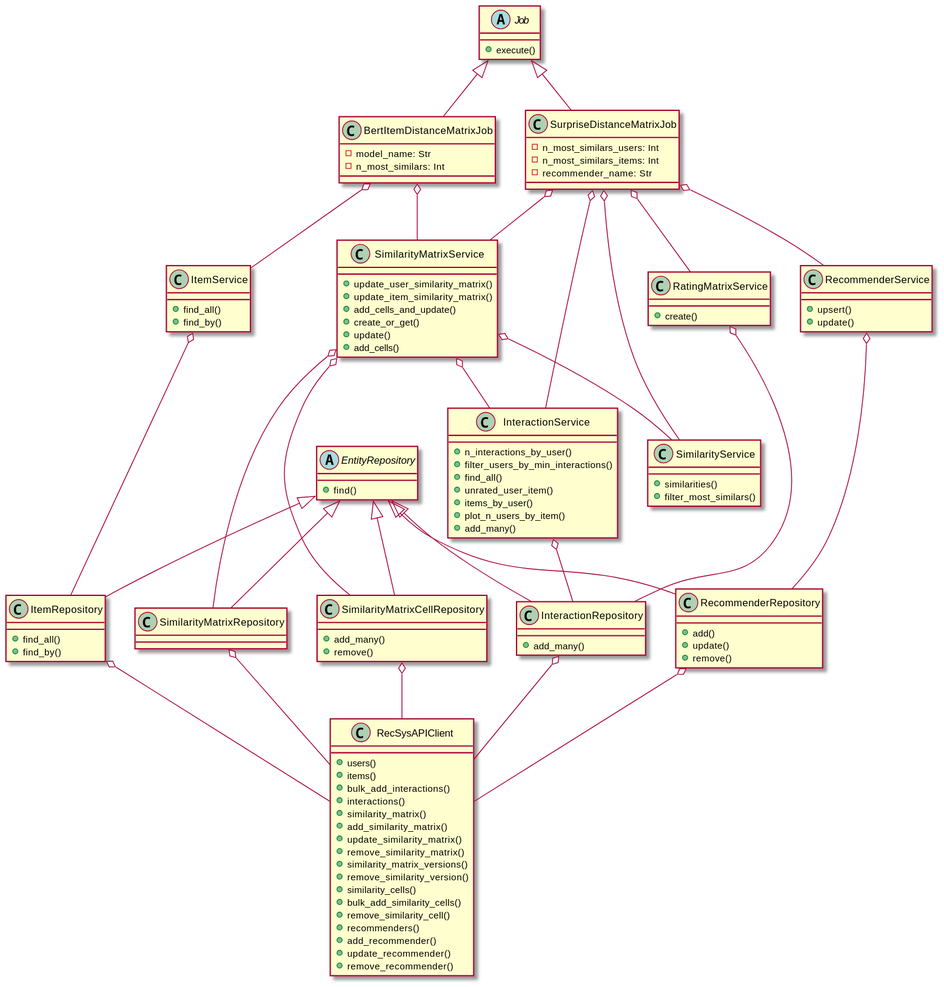
magistery-tps/rec-sys-client-lib keeps this PlantUML diagram as diagrams/client-side-behaviour-models.svg. Above is the earlier version.
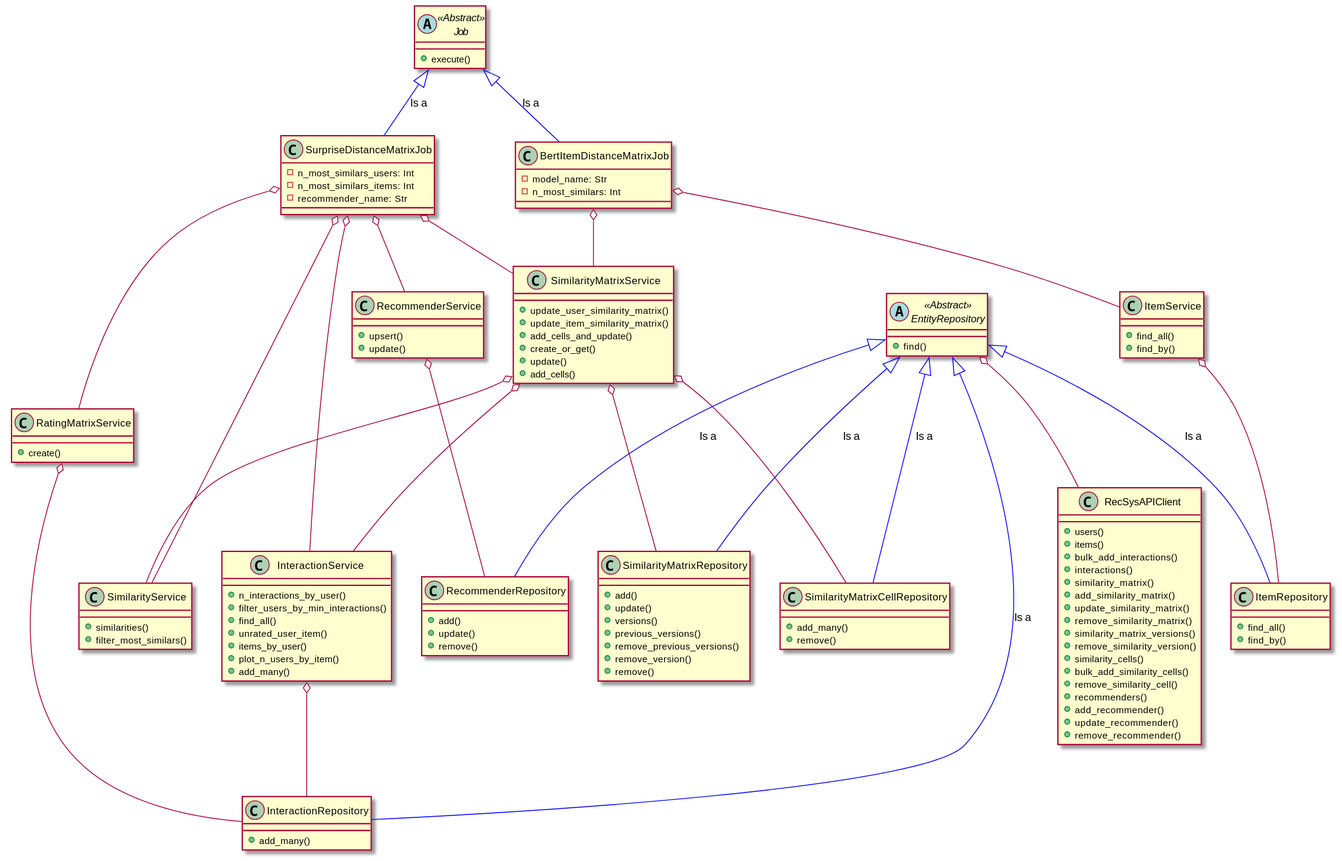
After the change.

Commit message:
feat: jobs client side class diagram

Change to the diagram source:
```diff
@@ -2,20 +2,22 @@
 
 
 
-abstract class Job {
+abstract class Job << Abstract >> {
     + execute()
 }
 
-class SurpriseDistanceMatrixJob extends Job {
+class SurpriseDistanceMatrixJob {
     - n_most_similars_users: Int
     - n_most_similars_items: Int
     - recommender_name: Str
 }
+Job ^-[#blue]- SurpriseDistanceMatrixJob: Is a
 
-class BertItemDistanceMatrixJob extends Job {
+class BertItemDistanceMatrixJob {
     - model_name: Str
     - n_most_similars: Int
 }
+Job ^-[#blue]- BertItemDistanceMatrixJob: Is a
 
 BertItemDistanceMatrixJob o-- ItemService
 BertItemDistanceMatrixJob o-- SimilarityMatrixService
@@ -27,14 +29,19 @@
 SurpriseDistanceMatrixJob o-- RecommenderService
 
 
+
 class ItemService {
     + find_all()
     + find_by()
 }
+ItemService o-- ItemRepository
+
 
 class RatingMatrixService {
     + create()
 }
+RatingMatrixService o-- InteractionRepository
+
 
 class SimilarityService {
     + similarities()
@@ -49,11 +56,20 @@
     + update()
     + add_cells()
 }
+SimilarityMatrixService o-- SimilarityMatrixRepository
+SimilarityMatrixService o-- SimilarityMatrixCellRepository
+SimilarityMatrixService o-- InteractionService
+SimilarityMatrixService o-- SimilarityService
+
+
 
 class RecommenderService {
     + upsert()
     + update()
 }
+RecommenderService o-- RecommenderRepository
+
+
 class InteractionService {
     + n_interactions_by_user()
     + filter_users_by_min_interactions()
@@ -63,45 +79,52 @@
     + plot_n_users_by_item()
     + add_many()
 }
+InteractionService o-- InteractionRepository
 
 
 
 
-abstract class EntityRepository {
+abstract class EntityRepository << Abstract >> {
     + find()
 }
 
-class ItemRepository extends EntityRepository {
+class ItemRepository {
     + find_all()
     + find_by()
 }
-ItemRepository o-- RecSysAPIClient
+EntityRepository ^-[#blue]- ItemRepository: Is a
+EntityRepository o-- RecSysAPIClient
 
-
-class InteractionRepository extends EntityRepository {
+class InteractionRepository {
     + add_many()
 }
-InteractionRepository o-- RecSysAPIClient
+EntityRepository ^-[#blue]- InteractionRepository: Is a
 
-class RecommenderRepository extends EntityRepository {
+class RecommenderRepository {
     + add()
     + update()
     + remove()
 }
-RecommenderRepository o-- RecSysAPIClient
+EntityRepository ^-[#blue]- RecommenderRepository: Is a
 
 
-class SimilarityMatrixCellRepository extends EntityRepository {
+class SimilarityMatrixCellRepository {
     + add_many()
     + remove()
 }
-SimilarityMatrixCellRepository o-- RecSysAPIClient
+EntityRepository ^-[#blue]- SimilarityMatrixCellRepository: Is a
 
 
-class SimilarityMatrixRepository extends EntityRepository {
-
+class SimilarityMatrixRepository {
+    + add()
+    + update()
+    + versions()
+    + previous_versions()
+    + remove_previous_versions()
+    + remove_version()
+    + remove()
 }
-SimilarityMatrixRepository o-- RecSysAPIClient
+EntityRepository ^-[#blue]- SimilarityMatrixRepository: Is a
 
 
 
@@ -125,21 +148,4 @@
     + remove_recommender()
 }
 
-
-
-ItemService o-- ItemRepository
-
-InteractionService o-- InteractionRepository
-
-RatingMatrixService o-- InteractionRepository
-
-SimilarityMatrixService o-- SimilarityMatrixRepository
-SimilarityMatrixService o-- SimilarityMatrixCellRepository
-SimilarityMatrixService o-- InteractionService
-SimilarityMatrixService o-- SimilarityService
-
-
-RecommenderService o-- RecommenderRepository
-
-
 @enduml
```
